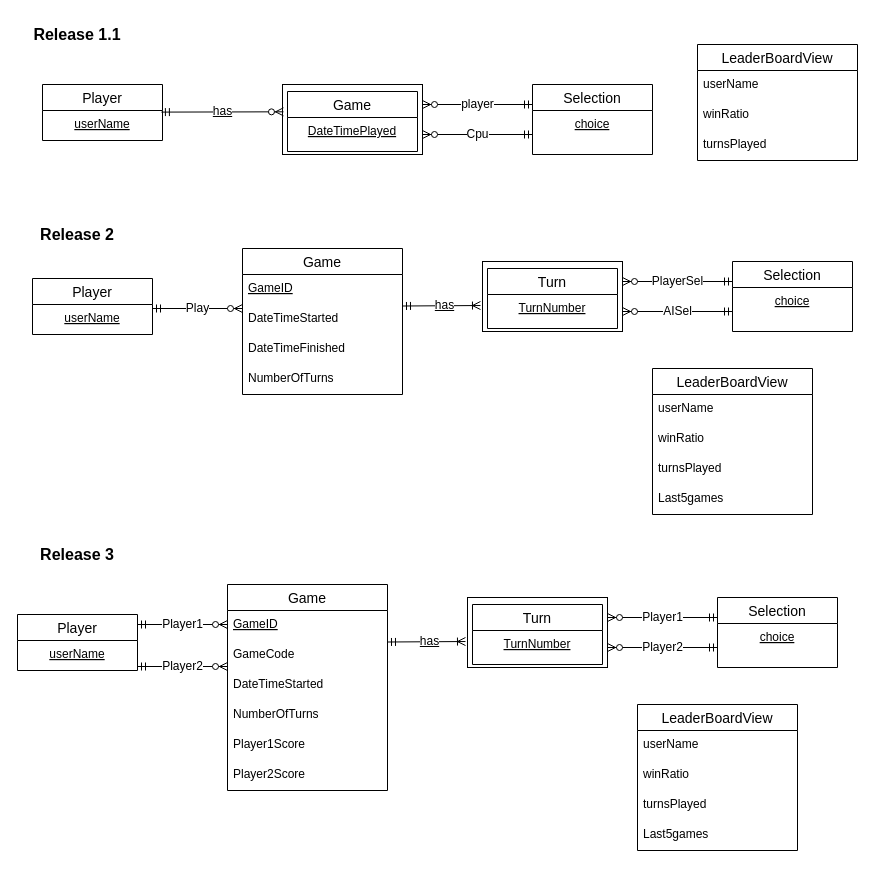
Above: database/RPS.drawio in AhlamHassen/RockPaperScissors (draw.io), before the change. Source tidied: cells renumbered, new cells numbered last; positions are measured from the earlier drawing's top-left corner, leaving out a move shared by most shapes. Both pictures are drawn from the tidied source at 100%, with x=0, y=0 at pixel (17, 24).
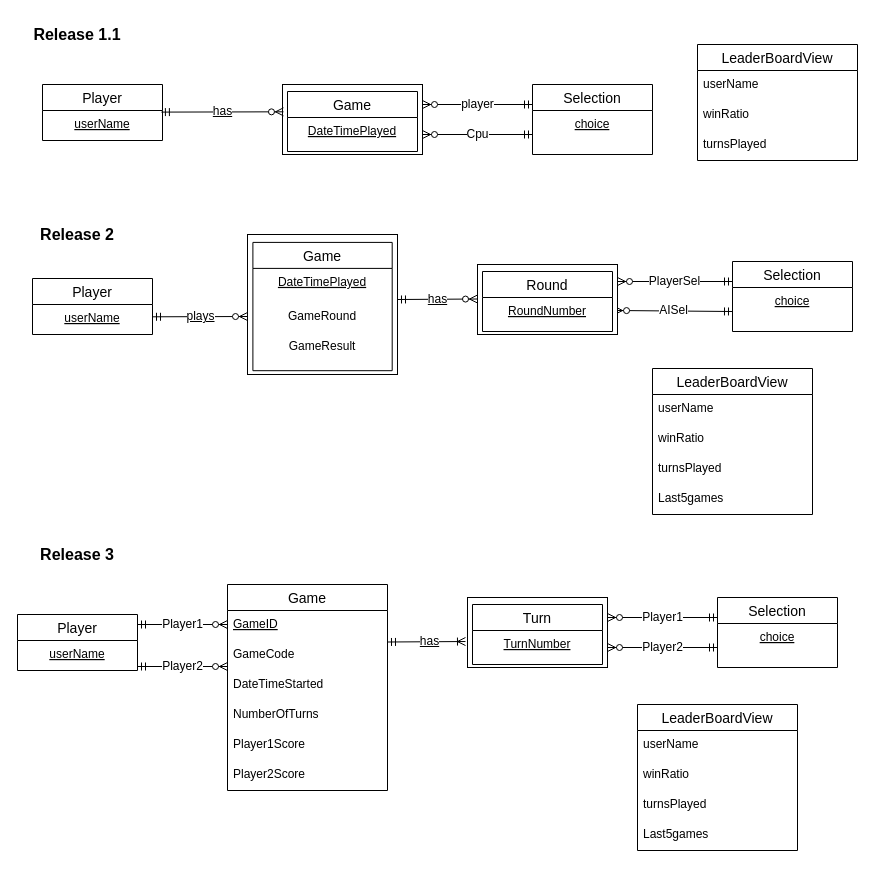
The same diagram, later.

Commit message:
Changed Release 2 ERD

The change refers to these unchanged cells:
```xml
<mxCell id="40" value="Player" style="swimlane;fontStyle=0;horizontal=1;startSize=26;align=center;fontSize=14;" parent="1" vertex="1">
  <mxGeometry x="15" y="254" width="120" height="56" as="geometry" />
</mxCell>
```

The edit, as a diff of the source:
```diff
@@
     <mxCell id="11" style="group;" parent="1" vertex="1">
-      <mxGeometry x="465" y="237" width="140" height="70" as="geometry" />
+      <mxGeometry x="210" y="247" width="150" height="150" as="geometry" />
     </mxCell>
+    <mxCell id="68" style="group;" parent="11" vertex="1">
+      <mxGeometry x="20" y="-37" width="150" height="140" as="geometry" />
+    </mxCell>
-    <mxCell id="12" style="rounded=0;whiteSpace=wrap;html=1;align=center;" parent="11" vertex="1">
-      <mxGeometry width="140" height="70" as="geometry" />
+    <mxCell id="12" style="rounded=0;whiteSpace=wrap;html=1;align=center;" parent="68" vertex="1">
+      <mxGeometry width="150" height="140" as="geometry" />
     </mxCell>
-    <mxCell id="13" value="Turn" style="swimlane;fontStyle=0;horizontal=1;startSize=26;align=center;fontSize=14;" parent="11" vertex="1">
-      <mxGeometry x="5" y="7" width="130" height="60" as="geometry" />
+    <mxCell id="13" value="Game" style="swimlane;fontStyle=0;horizontal=1;startSize=26;align=center;fontSize=14;" parent="68" vertex="1">
+      <mxGeometry x="5.4" y="7.9" width="139.3" height="128.3" as="geometry" />
     </mxCell>
+    <mxCell id="69" value="DateTimePlayed" style="text;strokeColor=none;fillColor=none;spacingLeft=4;spacingRight=4;overflow=hidden;fontSize=12;align=center;fontStyle=4;" parent="13" vertex="1">
+      <mxGeometry y="26" width="139.3" height="33.9" as="geometry" />
+    </mxCell>
+    <mxCell id="70" value="GameRound" style="text;strokeColor=none;fillColor=none;spacingLeft=4;spacingRight=4;overflow=hidden;fontSize=12;align=center;fontStyle=0;" parent="13" vertex="1">
+      <mxGeometry y="59.9" width="139.3" height="30" as="geometry" />
+    </mxCell>
-    <mxCell id="14" value="TurnNumber" style="text;strokeColor=none;fillColor=none;spacingLeft=4;spacingRight=4;overflow=hidden;points=[[0,0.5],[1,0.5]];portConstraint=eastwest;fontSize=12;align=center;fontStyle=4;" parent="13" vertex="1">
-      <mxGeometry y="26" width="130" height="34" as="geometry" />
+    <mxCell id="14" value="GameResult" style="text;strokeColor=none;fillColor=none;spacingLeft=4;spacingRight=4;overflow=hidden;points=[[0,0.5],[1,0.5]];portConstraint=eastwest;fontSize=12;align=center;fontStyle=0;" parent="13" vertex="1">
+      <mxGeometry y="89.9" width="139.3" height="38.4" as="geometry" />
     </mxCell>
-    <mxCell id="15" value="PlayerSel" style="fontSize=12;html=1;endArrow=ERzeroToMany;startArrow=ERmandOne;" parent="1" edge="1">
+    <mxCell id="15" value="PlayerSel" style="fontSize=12;html=1;endArrow=ERzeroToMany;startArrow=ERmandOne;entryX=1;entryY=0.243;entryDx=0;entryDy=0;entryPerimeter=0;" parent="1" edge="1" target="73">
       <mxGeometry relative="1" as="geometry">
         <mxPoint x="715" y="257" as="sourcePoint" />
-        <mxPoint x="605" y="257" as="targetPoint" />
       </mxGeometry>
     </mxCell>
-    <mxCell id="16" value="AISel" style="fontSize=12;html=1;endArrow=ERzeroToMany;startArrow=ERmandOne;" parent="1" edge="1">
+    <mxCell id="16" value="AISel" style="fontSize=12;html=1;endArrow=ERzeroToMany;startArrow=ERmandOne;entryX=0.979;entryY=0.657;entryDx=0;entryDy=0;entryPerimeter=0;" parent="1" edge="1" target="73">
       <mxGeometry relative="1" as="geometry">
         <mxPoint x="715" y="287" as="sourcePoint" />
-        <mxPoint x="605" y="287" as="targetPoint" />
       </mxGeometry>
     </mxCell>
-    <mxCell id="17" value="has" style="fontSize=12;html=1;endArrow=ERoneToMany;startArrow=ERmandOne;entryX=-0.054;entryY=0.324;entryDx=0;entryDy=0;entryPerimeter=0;fontStyle=4;endFill=0;" parent="1" edge="1" target="14">
-      <mxGeometry x="0.07" relative="1" as="geometry">
-        <mxPoint x="385" y="281.5" as="sourcePoint" />
-      </mxGeometry>
-    </mxCell>
-    <mxCell id="18" value="Play" style="fontSize=12;html=1;endArrow=ERzeroToMany;startArrow=ERmandOne;" parent="1" edge="1">
-      <mxGeometry relative="1" as="geometry">
-        <mxPoint x="135" y="284" as="sourcePoint" />
-        <mxPoint x="225" y="284" as="targetPoint" />
-      </mxGeometry>
-    </mxCell>
@@
+    <mxCell id="71" value="plays" style="fontSize=12;html=1;endArrow=ERzeroToMany;startArrow=ERmandOne;fontStyle=4;" parent="40" edge="1">
+      <mxGeometry relative="1" as="geometry">
+        <mxPoint x="120" y="38.3" as="sourcePoint" />
+        <mxPoint x="215" y="38" as="targetPoint" />
+      </mxGeometry>
+    </mxCell>
@@
-    <mxCell id="42" value="Game" style="swimlane;fontStyle=0;horizontal=1;startSize=26;align=center;fontSize=14;" parent="1" vertex="1">
-      <mxGeometry x="225" y="224" width="160" height="146" as="geometry" />
-    </mxCell>
-    <mxCell id="43" value="GameID" style="text;strokeColor=none;fillColor=none;spacingLeft=4;spacingRight=4;overflow=hidden;fontSize=12;fontStyle=4;" parent="42" vertex="1">
-      <mxGeometry y="26" width="160" height="30" as="geometry" />
-    </mxCell>
-    <mxCell id="44" value="DateTimeStarted" style="text;strokeColor=none;fillColor=none;spacingLeft=4;spacingRight=4;overflow=hidden;fontSize=12;" parent="42" vertex="1">
-      <mxGeometry y="56" width="160" height="30" as="geometry" />
-    </mxCell>
-    <mxCell id="45" value="DateTimeFinished" style="text;strokeColor=none;fillColor=none;spacingLeft=4;spacingRight=4;overflow=hidden;fontSize=12;" parent="42" vertex="1">
-      <mxGeometry y="86" width="160" height="30" as="geometry" />
-    </mxCell>
-    <mxCell id="46" value="NumberOfTurns" style="text;strokeColor=none;fillColor=none;spacingLeft=4;spacingRight=4;overflow=hidden;fontSize=12;" parent="42" vertex="1">
-      <mxGeometry y="116" width="160" height="30" as="geometry" />
-    </mxCell>
@@
+    <mxCell id="72" style="group;" parent="1" vertex="1">
+      <mxGeometry x="460" y="240" width="140" height="70" as="geometry" />
+    </mxCell>
+    <mxCell id="73" style="rounded=0;whiteSpace=wrap;html=1;align=center;" parent="72" vertex="1">
+      <mxGeometry width="140" height="70" as="geometry" />
+    </mxCell>
+    <mxCell id="74" value="Round" style="swimlane;fontStyle=0;horizontal=1;startSize=26;align=center;fontSize=14;" parent="72" vertex="1">
+      <mxGeometry x="5" y="7" width="130" height="60" as="geometry" />
+    </mxCell>
+    <mxCell id="75" value="RoundNumber" style="text;strokeColor=none;fillColor=none;spacingLeft=4;spacingRight=4;overflow=hidden;fontSize=12;align=center;fontStyle=4;" parent="74" vertex="1">
+      <mxGeometry y="26" width="130" height="34" as="geometry" />
+    </mxCell>
+    <mxCell id="17" value="has" style="fontSize=12;html=1;endArrow=ERzeroToMany;startArrow=ERmandOne;entryX=-0.031;entryY=-0.167;entryDx=0;entryDy=0;entryPerimeter=0;fontStyle=4;" parent="1" edge="1">
+      <mxGeometry relative="1" as="geometry">
+        <mxPoint x="380" y="275" as="sourcePoint" />
+        <mxPoint x="460" y="274.5" as="targetPoint" />
+      </mxGeometry>
+    </mxCell>
```
